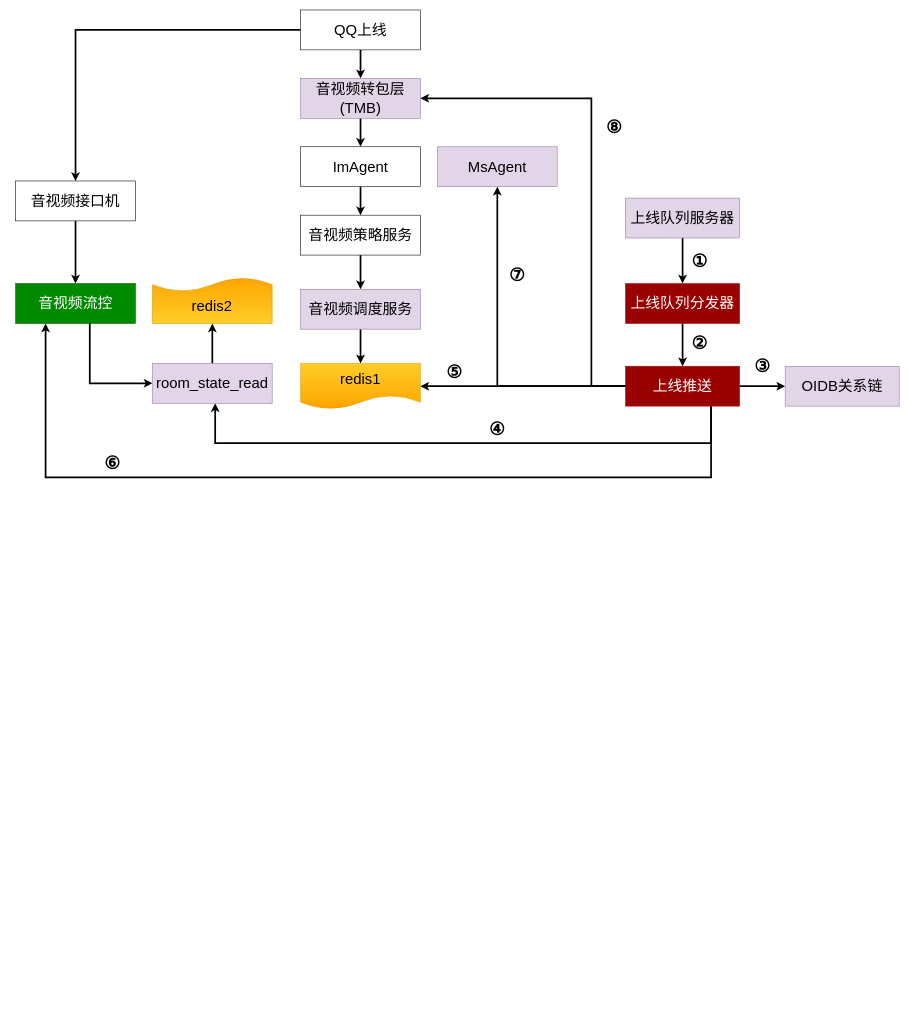
Before: 多人上线推送总结.drawio in BBQldf/drawIO, a draw.io diagram. Source tidied: cells renumbered, new cells numbered last; positions are measured from the earlier drawing's top-left corner, leaving out a move shared by most shapes. Both pictures are drawn from the tidied source at 57%, with x=0, y=0 at pixel (15, 10).
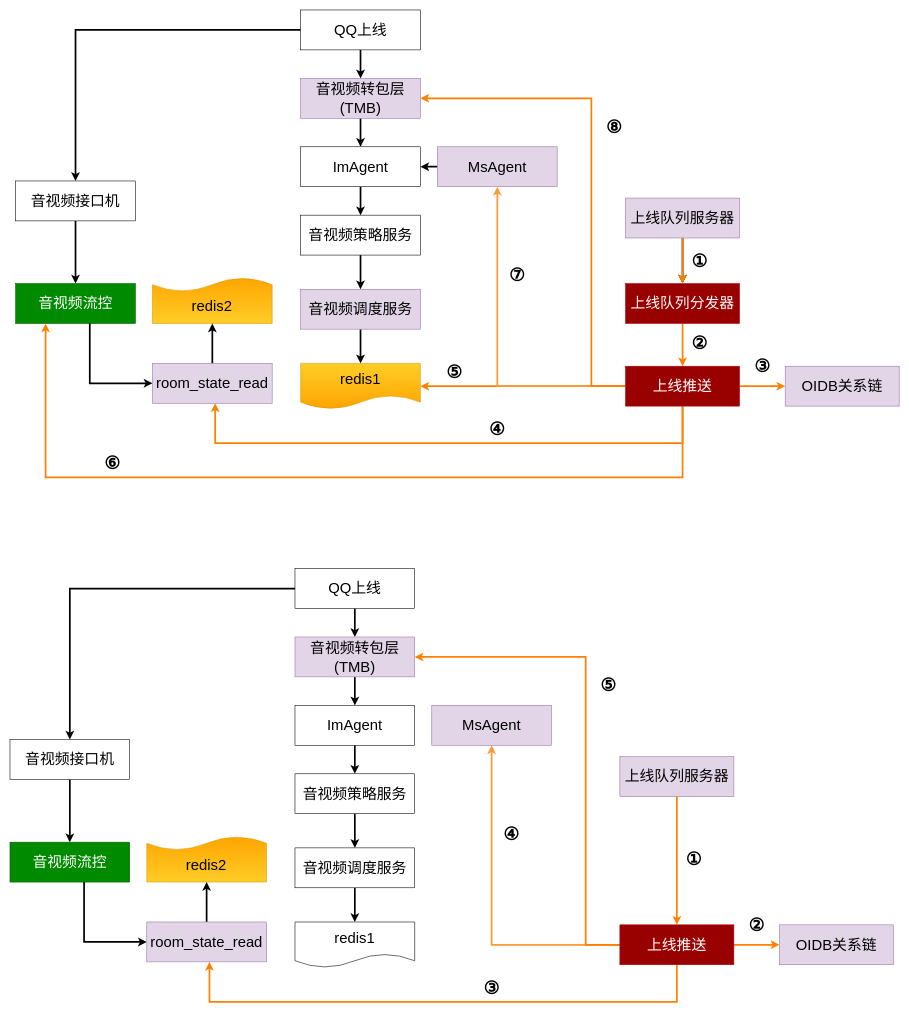
The same page after the edit.

Commit message (it also covers changes not shown here):
更新多人上线推送总结.drawio

Unchanged cells that the change refers to:
```xml
<mxCell id="6" value="&lt;font style=&quot;font-size: 26px;&quot;&gt;音视频转包层(TMB)&lt;/font&gt;" style="rounded=0;whiteSpace=wrap;html=1;fontSize=28;fillColor=#e1d5e7;strokeColor=#9673a6;" parent="1" vertex="1">
  <mxGeometry x="500" y="120" width="210" height="70" as="geometry" />
</mxCell>
<mxCell id="8" value="ImAgent" style="rounded=0;whiteSpace=wrap;html=1;fontSize=26;" parent="1" vertex="1">
  <mxGeometry x="500" y="240" width="210" height="70" as="geometry" />
</mxCell>
<mxCell id="13" value="redis1" style="shape=document;whiteSpace=wrap;html=1;boundedLbl=1;fontSize=26;fillColor=#ffcd28;gradientColor=#ffa500;strokeColor=#d79b00;" parent="1" vertex="1">
  <mxGeometry x="500" y="620" width="210" height="80" as="geometry" />
</mxCell>
<mxCell id="14" value="MsAgent" style="rounded=0;whiteSpace=wrap;html=1;fontSize=26;fillColor=#e1d5e7;strokeColor=#9673a6;" parent="1" vertex="1">
  <mxGeometry x="740" y="240" width="210" height="70" as="geometry" />
</mxCell>
<mxCell id="18" value="音视频流控" style="rounded=0;whiteSpace=wrap;html=1;fontSize=26;fillColor=#008a00;fontColor=#ffffff;strokeColor=#005700;" parent="1" vertex="1">
  <mxGeometry y="480" width="210" height="70" as="geometry" />
</mxCell>
<mxCell id="22" value="上线队列分发器" style="rounded=0;whiteSpace=wrap;html=1;fontSize=26;fillColor=#990000;fontColor=#ffffff;strokeColor=#B20000;" parent="1" vertex="1">
  <mxGeometry x="1070" y="480" width="200" height="70" as="geometry" />
</mxCell>
<mxCell id="29" value="上线推送" style="rounded=0;whiteSpace=wrap;html=1;fontSize=26;fillColor=#990000;fontColor=#ffffff;strokeColor=#B20000;" parent="1" vertex="1">
  <mxGeometry x="1070" y="625" width="200" height="70" as="geometry" />
</mxCell>
<mxCell id="30" value="OIDB关系链" style="rounded=0;whiteSpace=wrap;html=1;fontSize=26;fillColor=#e1d5e7;strokeColor=#9673a6;" parent="1" vertex="1">
  <mxGeometry x="1350" y="625" width="200" height="70" as="geometry" />
</mxCell>
<mxCell id="35" value="room_state_read" style="rounded=0;whiteSpace=wrap;html=1;fontSize=26;fillColor=#e1d5e7;strokeColor=#9673a6;" parent="1" vertex="1">
  <mxGeometry x="240" y="620" width="210" height="70" as="geometry" />
</mxCell>
```

The edit, as a diff of the source:
```diff
@@
+    <mxCell id="44" style="edgeStyle=orthogonalEdgeStyle;rounded=0;jettySize=auto;html=1;fontSize=31;strokeColor=#000000;strokeWidth=3;" parent="1" edge="1" source="14" target="8">
+      <mxGeometry relative="1" as="geometry" />
+    </mxCell>
@@
-    <mxCell id="21" style="edgeStyle=orthogonalEdgeStyle;rounded=0;jettySize=auto;html=1;fontSize=26;strokeWidth=3;" parent="1" edge="1" source="22" target="29">
+    <mxCell id="21" style="edgeStyle=orthogonalEdgeStyle;rounded=0;jettySize=auto;html=1;fontSize=26;strokeWidth=3;strokeColor=#FF8000;" parent="1" edge="1" source="22" target="29">
       <mxGeometry relative="1" as="geometry" />
     </mxCell>
@@
-    <mxCell id="23" style="edgeStyle=orthogonalEdgeStyle;rounded=0;jettySize=auto;html=1;fontSize=26;strokeWidth=3;" parent="1" edge="1" source="29" target="13">
+    <mxCell id="23" style="edgeStyle=orthogonalEdgeStyle;rounded=0;jettySize=auto;html=1;fontSize=26;strokeWidth=3;strokeColor=#FF8000;" parent="1" edge="1" source="29" target="13">
       <mxGeometry relative="1" as="geometry" />
     </mxCell>
-    <mxCell id="24" style="edgeStyle=orthogonalEdgeStyle;rounded=0;jettySize=auto;html=1;entryX=0;entryY=0.5;entryDx=0;entryDy=0;fontSize=26;strokeWidth=3;" parent="1" edge="1" source="29" target="30">
+    <mxCell id="24" style="edgeStyle=orthogonalEdgeStyle;rounded=0;jettySize=auto;html=1;entryX=0;entryY=0.5;entryDx=0;entryDy=0;fontSize=26;strokeWidth=3;strokeColor=#FF8000;" parent="1" edge="1" source="29" target="30">
       <mxGeometry relative="1" as="geometry" />
     </mxCell>
-    <mxCell id="25" style="edgeStyle=orthogonalEdgeStyle;rounded=0;jettySize=auto;html=1;entryX=0.5;entryY=1;entryDx=0;entryDy=0;fontSize=26;strokeWidth=3;" parent="1" edge="1" source="29" target="14">
+    <mxCell id="25" style="edgeStyle=orthogonalEdgeStyle;rounded=0;jettySize=auto;html=1;entryX=0.5;entryY=1;entryDx=0;entryDy=0;fontSize=26;strokeWidth=3;strokeColor=#FF9933;" parent="1" edge="1" source="29" target="14">
       <mxGeometry relative="1" as="geometry" />
     </mxCell>
-    <mxCell id="26" style="edgeStyle=orthogonalEdgeStyle;rounded=0;jettySize=auto;html=1;entryX=1;entryY=0.5;entryDx=0;entryDy=0;fontSize=26;strokeWidth=3;" parent="1" edge="1" source="29" target="6">
+    <mxCell id="26" style="edgeStyle=orthogonalEdgeStyle;rounded=0;jettySize=auto;html=1;entryX=1;entryY=0.5;entryDx=0;entryDy=0;fontSize=26;strokeWidth=3;strokeColor=#FF8000;" parent="1" edge="1" source="29" target="6">
       <mxGeometry relative="1" as="geometry">
         <Array as="points">
           <mxPoint x="1010" y="660" />
           <mxPoint x="1010" y="155" />
         </Array>
       </mxGeometry>
     </mxCell>
-    <mxCell id="27" style="edgeStyle=orthogonalEdgeStyle;rounded=0;jettySize=auto;html=1;fontSize=26;strokeWidth=3;" parent="1" edge="1" source="29" target="35">
+    <mxCell id="27" style="edgeStyle=orthogonalEdgeStyle;rounded=0;jettySize=auto;html=1;fontSize=26;strokeWidth=3;strokeColor=#FF8000;" parent="1" edge="1" source="29" target="35">
       <mxGeometry relative="1" as="geometry">
         <Array as="points">
-          <mxPoint x="1220" y="760" />
+          <mxPoint x="1170" y="760" />
           <mxPoint x="350" y="760" />
         </Array>
       </mxGeometry>
     </mxCell>
-    <mxCell id="28" style="edgeStyle=orthogonalEdgeStyle;rounded=0;jettySize=auto;html=1;entryX=0.25;entryY=1;entryDx=0;entryDy=0;fontSize=26;strokeWidth=3;" parent="1" edge="1" source="29" target="18">
+    <mxCell id="28" style="edgeStyle=orthogonalEdgeStyle;rounded=0;jettySize=auto;html=1;entryX=0.25;entryY=1;entryDx=0;entryDy=0;fontSize=26;strokeWidth=3;strokeColor=#FF8000;" parent="1" edge="1" source="29" target="18">
       <mxGeometry relative="1" as="geometry">
         <Array as="points">
-          <mxPoint x="1220" y="820" />
+          <mxPoint x="1170" y="820" />
           <mxPoint x="53" y="820" />
         </Array>
       </mxGeometry>
     </mxCell>
@@
+    <mxCell id="45" style="edgeStyle=orthogonalEdgeStyle;rounded=0;orthogonalLoop=1;jettySize=auto;html=1;entryX=0.5;entryY=0;entryDx=0;entryDy=0;fontSize=26;strokeWidth=3;strokeColor=#FF8000;" parent="1" edge="1">
+      <mxGeometry relative="1" as="geometry">
+        <mxPoint x="1170" y="400" as="sourcePoint" />
+        <mxPoint x="1170" y="480" as="targetPoint" />
+      </mxGeometry>
+    </mxCell>
+    <mxCell id="46" style="edgeStyle=orthogonalEdgeStyle;rounded=0;jettySize=auto;html=1;entryX=0.5;entryY=0;entryDx=0;entryDy=0;fontSize=26;strokeWidth=3;" parent="1" edge="1" source="48" target="50">
+      <mxGeometry relative="1" as="geometry" />
+    </mxCell>
+    <mxCell id="47" style="edgeStyle=orthogonalEdgeStyle;rounded=0;jettySize=auto;html=1;entryX=0.5;entryY=0;entryDx=0;entryDy=0;fontSize=26;strokeWidth=3;" parent="1" edge="1" source="48" target="60">
+      <mxGeometry relative="1" as="geometry" />
+    </mxCell>
+    <mxCell id="48" value="&lt;font style=&quot;font-size: 26px;&quot;&gt;QQ上线&lt;/font&gt;" style="rounded=0;whiteSpace=wrap;html=1;" parent="1" vertex="1">
+      <mxGeometry x="490" y="980" width="210" height="70" as="geometry" />
+    </mxCell>
+    <mxCell id="49" style="edgeStyle=orthogonalEdgeStyle;rounded=0;jettySize=auto;html=1;entryX=0.5;entryY=0;entryDx=0;entryDy=0;fontSize=26;strokeWidth=3;" parent="1" edge="1" source="50" target="52">
+      <mxGeometry relative="1" as="geometry" />
+    </mxCell>
+    <mxCell id="50" value="&lt;font style=&quot;font-size: 26px;&quot;&gt;音视频转包层(TMB)&lt;/font&gt;" style="rounded=0;whiteSpace=wrap;html=1;fontSize=28;fillColor=#e1d5e7;strokeColor=#9673a6;" parent="1" vertex="1">
+      <mxGeometry x="490" y="1100" width="210" height="70" as="geometry" />
+    </mxCell>
+    <mxCell id="51" style="edgeStyle=orthogonalEdgeStyle;rounded=0;jettySize=auto;html=1;entryX=0.5;entryY=0;entryDx=0;entryDy=0;fontSize=26;strokeWidth=3;" parent="1" edge="1" source="52" target="54">
+      <mxGeometry relative="1" as="geometry" />
+    </mxCell>
+    <mxCell id="52" value="ImAgent" style="rounded=0;whiteSpace=wrap;html=1;fontSize=26;" parent="1" vertex="1">
+      <mxGeometry x="490" y="1220" width="210" height="70" as="geometry" />
+    </mxCell>
+    <mxCell id="53" style="edgeStyle=orthogonalEdgeStyle;rounded=0;jettySize=auto;html=1;fontSize=26;strokeWidth=3;" parent="1" edge="1" source="54" target="56">
+      <mxGeometry relative="1" as="geometry" />
+    </mxCell>
+    <mxCell id="54" value="音视频策略服务" style="rounded=0;whiteSpace=wrap;html=1;fontSize=26;" parent="1" vertex="1">
+      <mxGeometry x="490" y="1340" width="210" height="70" as="geometry" />
+    </mxCell>
+    <mxCell id="55" style="edgeStyle=orthogonalEdgeStyle;rounded=0;jettySize=auto;html=1;fontSize=26;strokeWidth=3;" parent="1" edge="1" source="56" target="57">
+      <mxGeometry relative="1" as="geometry" />
+    </mxCell>
+    <mxCell id="56" value="音视频调度服务" style="rounded=0;whiteSpace=wrap;html=1;fontSize=26;" parent="1" vertex="1">
+      <mxGeometry x="490" y="1470" width="210" height="70" as="geometry" />
+    </mxCell>
+    <mxCell id="57" value="redis1" style="shape=document;whiteSpace=wrap;html=1;boundedLbl=1;fontSize=26;" parent="1" vertex="1">
+      <mxGeometry x="490" y="1600" width="210" height="80" as="geometry" />
+    </mxCell>
+    <mxCell id="58" value="MsAgent" style="rounded=0;whiteSpace=wrap;html=1;fontSize=26;fillColor=#e1d5e7;strokeColor=#9673a6;" parent="1" vertex="1">
+      <mxGeometry x="730" y="1220" width="210" height="70" as="geometry" />
+    </mxCell>
+    <mxCell id="59" style="edgeStyle=orthogonalEdgeStyle;rounded=0;jettySize=auto;html=1;entryX=0.5;entryY=0;entryDx=0;entryDy=0;fontSize=26;strokeWidth=3;" parent="1" edge="1" source="60" target="62">
+      <mxGeometry relative="1" as="geometry" />
+    </mxCell>
+    <mxCell id="60" value="音视频接口机" style="rounded=0;whiteSpace=wrap;html=1;fontSize=26;" parent="1" vertex="1">
+      <mxGeometry x="-10" y="1280" width="210" height="70" as="geometry" />
+    </mxCell>
+    <mxCell id="61" style="edgeStyle=orthogonalEdgeStyle;rounded=0;jettySize=auto;html=1;exitX=0.627;exitY=0.995;exitDx=0;exitDy=0;entryX=0;entryY=0.5;entryDx=0;entryDy=0;fontSize=26;strokeWidth=3;exitPerimeter=0;" parent="1" edge="1" source="62" target="75">
+      <mxGeometry relative="1" as="geometry">
+        <Array as="points">
+          <mxPoint x="120" y="1530" />
+          <mxPoint x="120" y="1635" />
+        </Array>
+      </mxGeometry>
+    </mxCell>
+    <mxCell id="62" value="音视频流控" style="rounded=0;whiteSpace=wrap;html=1;fontSize=26;fillColor=#008a00;fontColor=#ffffff;strokeColor=#005700;" parent="1" vertex="1">
+      <mxGeometry x="-10" y="1460" width="210" height="70" as="geometry" />
+    </mxCell>
+    <mxCell id="63" value="上线队列服务器" style="rounded=0;whiteSpace=wrap;html=1;fontSize=26;fillColor=#e1d5e7;strokeColor=#9673a6;" parent="1" vertex="1">
+      <mxGeometry x="1060" y="1310" width="200" height="70" as="geometry" />
+    </mxCell>
+    <mxCell id="64" style="edgeStyle=orthogonalEdgeStyle;rounded=0;jettySize=auto;html=1;fontSize=26;strokeWidth=3;strokeColor=#FF8000;exitX=0.5;exitY=1;exitDx=0;exitDy=0;" parent="1" edge="1" source="63" target="69">
+      <mxGeometry relative="1" as="geometry" />
+    </mxCell>
+    <mxCell id="65" style="edgeStyle=orthogonalEdgeStyle;rounded=0;jettySize=auto;html=1;entryX=0;entryY=0.5;entryDx=0;entryDy=0;fontSize=26;strokeWidth=3;strokeColor=#FF8000;" parent="1" edge="1" source="69" target="70">
+      <mxGeometry relative="1" as="geometry" />
+    </mxCell>
+    <mxCell id="66" style="edgeStyle=orthogonalEdgeStyle;rounded=0;jettySize=auto;html=1;entryX=0.5;entryY=1;entryDx=0;entryDy=0;fontSize=26;strokeWidth=3;strokeColor=#FF9933;" parent="1" edge="1" source="69" target="58">
+      <mxGeometry relative="1" as="geometry" />
+    </mxCell>
+    <mxCell id="67" style="edgeStyle=orthogonalEdgeStyle;rounded=0;jettySize=auto;html=1;entryX=1;entryY=0.5;entryDx=0;entryDy=0;fontSize=26;strokeWidth=3;strokeColor=#FF8000;" parent="1" edge="1" source="69" target="50">
+      <mxGeometry relative="1" as="geometry">
+        <Array as="points">
+          <mxPoint x="1000" y="1640" />
+          <mxPoint x="1000" y="1135" />
+        </Array>
+      </mxGeometry>
+    </mxCell>
+    <mxCell id="68" style="edgeStyle=orthogonalEdgeStyle;rounded=0;jettySize=auto;html=1;fontSize=26;strokeWidth=3;strokeColor=#FF8000;" parent="1" edge="1" source="69" target="75">
+      <mxGeometry relative="1" as="geometry">
+        <Array as="points">
+          <mxPoint x="1160" y="1740" />
+          <mxPoint x="340" y="1740" />
+        </Array>
+      </mxGeometry>
+    </mxCell>
+    <mxCell id="69" value="上线推送" style="rounded=0;whiteSpace=wrap;html=1;fontSize=26;fillColor=#990000;fontColor=#ffffff;strokeColor=#B20000;" parent="1" vertex="1">
+      <mxGeometry x="1060" y="1605" width="200" height="70" as="geometry" />
+    </mxCell>
+    <mxCell id="70" value="OIDB关系链" style="rounded=0;whiteSpace=wrap;html=1;fontSize=26;fillColor=#e1d5e7;strokeColor=#9673a6;" parent="1" vertex="1">
+      <mxGeometry x="1340" y="1605" width="200" height="70" as="geometry" />
+    </mxCell>
+    <mxCell id="71" style="group;" parent="1" vertex="1">
+      <mxGeometry x="230" y="1450" width="210" height="80" as="geometry" />
+    </mxCell>
+    <mxCell id="72" style="shape=document;whiteSpace=wrap;html=1;boundedLbl=1;fontSize=26;rotation=-180;fillColor=#ffcd28;gradientColor=#ffa500;strokeColor=#d79b00;" parent="71" vertex="1">
+      <mxGeometry width="210" height="80" as="geometry" />
+    </mxCell>
+    <mxCell id="73" value="redis2" style="text;html=1;strokeColor=none;fillColor=none;align=center;verticalAlign=middle;whiteSpace=wrap;rounded=0;fontSize=26;" parent="71" vertex="1">
+      <mxGeometry x="76.4" y="35" width="57.3" height="30" as="geometry" />
+    </mxCell>
+    <mxCell id="74" style="edgeStyle=orthogonalEdgeStyle;rounded=0;jettySize=auto;html=1;entryX=0.5;entryY=0;entryDx=0;entryDy=0;fontSize=26;strokeWidth=3;" parent="1" edge="1" source="75" target="72">
+      <mxGeometry relative="1" as="geometry" />
+    </mxCell>
+    <mxCell id="75" value="room_state_read" style="rounded=0;whiteSpace=wrap;html=1;fontSize=26;fillColor=#e1d5e7;strokeColor=#9673a6;" parent="1" vertex="1">
+      <mxGeometry x="230" y="1600" width="210" height="70" as="geometry" />
+    </mxCell>
+    <mxCell id="76" value="&lt;b&gt;&lt;font style=&quot;font-size: 31px;&quot;&gt;②&lt;/font&gt;&lt;/b&gt;" style="text;html=1;strokeColor=none;fillColor=none;align=center;verticalAlign=middle;whiteSpace=wrap;rounded=0;fontSize=26;" parent="1" vertex="1">
+      <mxGeometry x="1270" y="1580" width="60" height="50" as="geometry" />
+    </mxCell>
+    <mxCell id="77" value="&lt;b&gt;&lt;font style=&quot;font-size: 31px;&quot;&gt;③&lt;/font&gt;&lt;/b&gt;" style="text;html=1;strokeColor=none;fillColor=none;align=center;verticalAlign=middle;whiteSpace=wrap;rounded=0;fontSize=26;" parent="1" vertex="1">
+      <mxGeometry x="805" y="1690" width="60" height="50" as="geometry" />
+    </mxCell>
+    <mxCell id="78" value="&lt;b&gt;&lt;font style=&quot;font-size: 31px;&quot;&gt;④&lt;/font&gt;&lt;/b&gt;" style="text;html=1;strokeColor=none;fillColor=none;align=center;verticalAlign=middle;whiteSpace=wrap;rounded=0;fontSize=26;" parent="1" vertex="1">
+      <mxGeometry x="840" y="1420" width="60" height="50" as="geometry" />
+    </mxCell>
+    <mxCell id="79" value="&lt;b&gt;&lt;font style=&quot;font-size: 31px;&quot;&gt;⑤&lt;/font&gt;&lt;/b&gt;" style="text;html=1;strokeColor=none;fillColor=none;align=center;verticalAlign=middle;whiteSpace=wrap;rounded=0;fontSize=26;" parent="1" vertex="1">
+      <mxGeometry x="1010" y="1160" width="60" height="50" as="geometry" />
+    </mxCell>
+    <mxCell id="80" value="&lt;b&gt;&lt;font style=&quot;font-size: 31px;&quot;&gt;①&lt;/font&gt;&lt;/b&gt;" style="text;html=1;strokeColor=none;fillColor=none;align=center;verticalAlign=middle;whiteSpace=wrap;rounded=0;fontSize=26;" parent="1" vertex="1">
+      <mxGeometry x="1160" y="1465" width="60" height="50" as="geometry" />
+    </mxCell>
```
